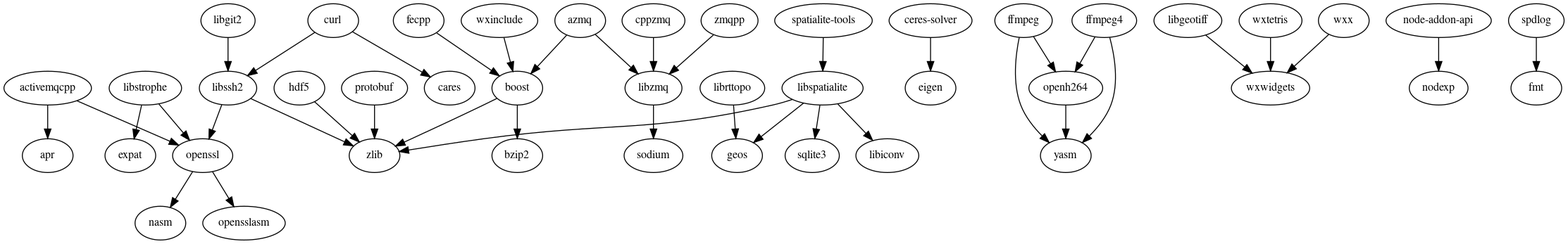
This is cmake/deps.png from externpro/externpro, a Graphviz export, as it was before one commit. Its source is kept beside it as cmake/deps.dot.
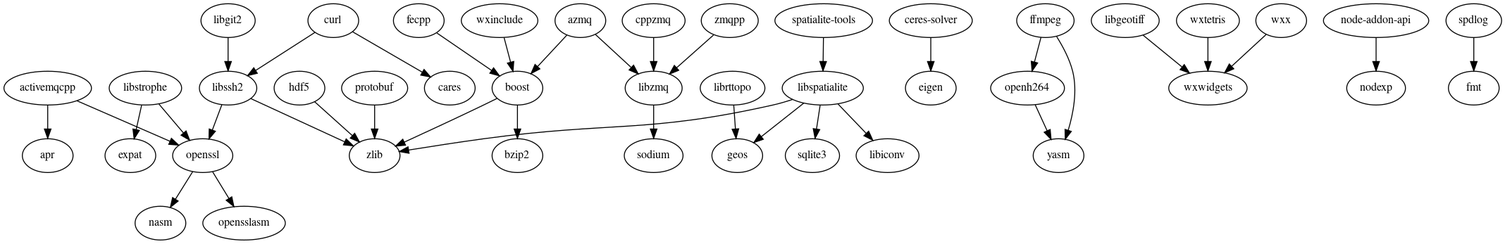
Above is the later version.

Commit message:
pros: ffmpeg v4.3.1.1 from github/externpro

Diff of the diagram source:
```diff
@@ -13,8 +13,6 @@
   "fecpp" -> "boost";
   "ffmpeg" -> "openh264";
   "ffmpeg" -> "yasm";
-  "ffmpeg4" -> "openh264";
-  "ffmpeg4" -> "yasm";
   "hdf5" -> "zlib";
   "libgeotiff" -> "wxwidgets";
   "libgit2" -> "libssh2";
```
